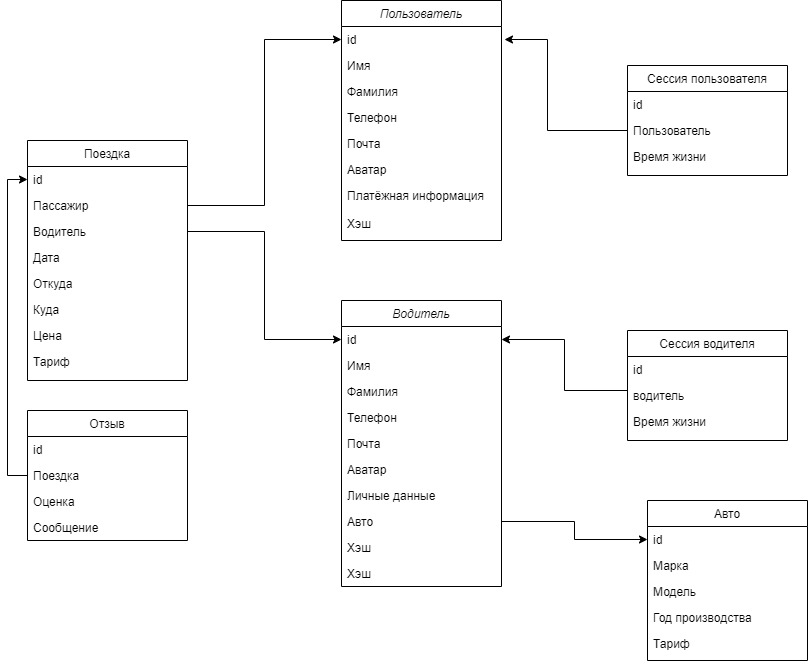
Above: imgs/img.png in Arkadiyche/highload (draw.io), before the change. Source tidied: cells renumbered, new cells last; positions are measured from the earlier drawing's top-left corner, leaving out a move shared by most shapes. The source it was exported from:
```xml
<mxGraphModel>
  <root>
    <mxCell id="0" />
    <mxCell id="1" parent="0" />
    <mxCell id="2" value="Пользователь" style="swimlane;fontStyle=2;align=center;verticalAlign=top;horizontal=1;startSize=26;rounded=0;shadow=0;strokeWidth=1;" parent="1" vertex="1">
      <mxGeometry x="314" width="160" height="240" as="geometry" />
    </mxCell>
    <mxCell id="3" value="id" style="text;align=left;verticalAlign=top;spacingLeft=4;spacingRight=4;overflow=hidden;points=[[0,0.5],[1,0.5]];portConstraint=eastwest;" parent="2" vertex="1">
      <mxGeometry y="26" width="160" height="26" as="geometry" />
    </mxCell>
    <mxCell id="4" value="Имя" style="text;align=left;verticalAlign=top;spacingLeft=4;spacingRight=4;overflow=hidden;rounded=0;shadow=0;html=0;" parent="2" vertex="1">
      <mxGeometry y="52" width="160" height="26" as="geometry" />
    </mxCell>
    <mxCell id="5" value="Фамилия" style="text;align=left;verticalAlign=top;spacingLeft=4;spacingRight=4;overflow=hidden;rounded=0;shadow=0;html=0;" parent="2" vertex="1">
      <mxGeometry y="78" width="160" height="26" as="geometry" />
    </mxCell>
    <mxCell id="6" value="Телефон&#10;" style="text;align=left;verticalAlign=top;spacingLeft=4;spacingRight=4;overflow=hidden;rounded=0;shadow=0;html=0;" parent="2" vertex="1">
      <mxGeometry y="104" width="160" height="26" as="geometry" />
    </mxCell>
    <mxCell id="7" value="Почта" style="text;align=left;verticalAlign=top;spacingLeft=4;spacingRight=4;overflow=hidden;rounded=0;shadow=0;html=0;" parent="2" vertex="1">
      <mxGeometry y="130" width="160" height="26" as="geometry" />
    </mxCell>
    <mxCell id="8" value="Аватар" style="text;align=left;verticalAlign=top;spacingLeft=4;spacingRight=4;overflow=hidden;rounded=0;shadow=0;html=0;" parent="2" vertex="1">
      <mxGeometry y="156" width="160" height="26" as="geometry" />
    </mxCell>
    <mxCell id="9" value="Платёжная информация" style="text;align=left;verticalAlign=top;spacingLeft=4;spacingRight=4;overflow=hidden;rounded=0;shadow=0;html=0;" parent="2" vertex="1">
      <mxGeometry y="182" width="160" height="28" as="geometry" />
    </mxCell>
    <mxCell id="10" value="Хэш" style="text;align=left;verticalAlign=top;spacingLeft=4;spacingRight=4;overflow=hidden;rounded=0;shadow=0;html=0;" parent="2" vertex="1">
      <mxGeometry y="210" width="160" height="30" as="geometry" />
    </mxCell>
    <mxCell id="11" value="Поездка" style="swimlane;fontStyle=0;align=center;verticalAlign=top;horizontal=1;startSize=26;rounded=0;shadow=0;strokeWidth=1;" parent="1" vertex="1">
      <mxGeometry y="140" width="160" height="240" as="geometry" />
    </mxCell>
    <mxCell id="12" value="id" style="text;align=left;verticalAlign=top;spacingLeft=4;spacingRight=4;overflow=hidden;points=[[0,0.5],[1,0.5]];portConstraint=eastwest;" parent="11" vertex="1">
      <mxGeometry y="26" width="160" height="26" as="geometry" />
    </mxCell>
    <mxCell id="13" value="Пассажир" style="text;align=left;verticalAlign=top;spacingLeft=4;spacingRight=4;overflow=hidden;points=[[0,0.5],[1,0.5]];portConstraint=eastwest;" parent="11" vertex="1">
      <mxGeometry y="52" width="160" height="26" as="geometry" />
    </mxCell>
    <mxCell id="14" value="Водитель" style="text;align=left;verticalAlign=top;spacingLeft=4;spacingRight=4;overflow=hidden;points=[[0,0.5],[1,0.5]];portConstraint=eastwest;" parent="11" vertex="1">
      <mxGeometry y="78" width="160" height="26" as="geometry" />
    </mxCell>
    <mxCell id="15" value="Дата" style="text;align=left;verticalAlign=top;spacingLeft=4;spacingRight=4;overflow=hidden;" parent="11" vertex="1">
      <mxGeometry y="104" width="160" height="26" as="geometry" />
    </mxCell>
    <mxCell id="16" value="Откуда" style="text;align=left;verticalAlign=top;spacingLeft=4;spacingRight=4;overflow=hidden;" parent="11" vertex="1">
      <mxGeometry y="130" width="160" height="26" as="geometry" />
    </mxCell>
    <mxCell id="17" value="Куда" style="text;align=left;verticalAlign=top;spacingLeft=4;spacingRight=4;overflow=hidden;" parent="11" vertex="1">
      <mxGeometry y="156" width="160" height="26" as="geometry" />
    </mxCell>
    <mxCell id="18" value="Цена" style="text;align=left;verticalAlign=top;spacingLeft=4;spacingRight=4;overflow=hidden;" parent="11" vertex="1">
      <mxGeometry y="182" width="160" height="26" as="geometry" />
    </mxCell>
    <mxCell id="19" value="Тариф" style="text;align=left;verticalAlign=top;spacingLeft=4;spacingRight=4;overflow=hidden;" parent="11" vertex="1">
      <mxGeometry y="208" width="160" height="26" as="geometry" />
    </mxCell>
    <mxCell id="20" value="Авто" style="swimlane;fontStyle=0;align=center;verticalAlign=top;horizontal=1;startSize=26;rounded=0;shadow=0;strokeWidth=1;" parent="1" vertex="1">
      <mxGeometry x="620" y="500" width="160" height="160" as="geometry" />
    </mxCell>
    <mxCell id="21" value="id" style="text;align=left;verticalAlign=top;spacingLeft=4;spacingRight=4;overflow=hidden;points=[[0,0.5],[1,0.5]];portConstraint=eastwest;rounded=0;shadow=0;html=0;" parent="20" vertex="1">
      <mxGeometry y="26" width="160" height="26" as="geometry" />
    </mxCell>
    <mxCell id="22" value="Марка" style="text;align=left;verticalAlign=top;spacingLeft=4;spacingRight=4;overflow=hidden;rounded=0;shadow=0;html=0;" parent="20" vertex="1">
      <mxGeometry y="52" width="160" height="26" as="geometry" />
    </mxCell>
    <mxCell id="23" value="Модель" style="text;align=left;verticalAlign=top;spacingLeft=4;spacingRight=4;overflow=hidden;rounded=0;shadow=0;html=0;" parent="20" vertex="1">
      <mxGeometry y="78" width="160" height="26" as="geometry" />
    </mxCell>
    <mxCell id="24" value="Год производства" style="text;align=left;verticalAlign=top;spacingLeft=4;spacingRight=4;overflow=hidden;rounded=0;shadow=0;html=0;" parent="20" vertex="1">
      <mxGeometry y="104" width="160" height="26" as="geometry" />
    </mxCell>
    <mxCell id="25" value="Тариф" style="text;align=left;verticalAlign=top;spacingLeft=4;spacingRight=4;overflow=hidden;rounded=0;shadow=0;html=0;" parent="20" vertex="1">
      <mxGeometry y="130" width="160" height="26" as="geometry" />
    </mxCell>
    <mxCell id="26" value="Сессия пользователя" style="swimlane;fontStyle=0;align=center;verticalAlign=top;horizontal=1;startSize=26;rounded=0;shadow=0;strokeWidth=1;" parent="1" vertex="1">
      <mxGeometry x="600" y="65" width="160" height="110" as="geometry" />
    </mxCell>
    <mxCell id="27" value="id" style="text;align=left;verticalAlign=top;spacingLeft=4;spacingRight=4;overflow=hidden;" parent="26" vertex="1">
      <mxGeometry y="26" width="160" height="26" as="geometry" />
    </mxCell>
    <mxCell id="28" value="Пользователь" style="text;align=left;verticalAlign=top;spacingLeft=4;spacingRight=4;overflow=hidden;points=[[0,0.5],[1,0.5]];portConstraint=eastwest;rounded=0;shadow=0;html=0;" parent="26" vertex="1">
      <mxGeometry y="52" width="160" height="26" as="geometry" />
    </mxCell>
    <mxCell id="29" value="Время жизни" style="text;align=left;verticalAlign=top;spacingLeft=4;spacingRight=4;overflow=hidden;rounded=0;shadow=0;html=0;" parent="26" vertex="1">
      <mxGeometry y="78" width="160" height="26" as="geometry" />
    </mxCell>
    <mxCell id="30" value="Водитель" style="swimlane;fontStyle=2;align=center;verticalAlign=top;horizontal=1;startSize=26;rounded=0;shadow=0;strokeWidth=1;" parent="1" vertex="1">
      <mxGeometry x="314" y="300" width="160" height="286" as="geometry" />
    </mxCell>
    <mxCell id="31" value="id" style="text;align=left;verticalAlign=top;spacingLeft=4;spacingRight=4;overflow=hidden;points=[[0,0.5],[1,0.5]];portConstraint=eastwest;" parent="30" vertex="1">
      <mxGeometry y="26" width="160" height="26" as="geometry" />
    </mxCell>
    <mxCell id="32" value="Имя" style="text;align=left;verticalAlign=top;spacingLeft=4;spacingRight=4;overflow=hidden;rounded=0;shadow=0;html=0;" parent="30" vertex="1">
      <mxGeometry y="52" width="160" height="26" as="geometry" />
    </mxCell>
    <mxCell id="33" value="Фамилия" style="text;align=left;verticalAlign=top;spacingLeft=4;spacingRight=4;overflow=hidden;rounded=0;shadow=0;html=0;" parent="30" vertex="1">
      <mxGeometry y="78" width="160" height="26" as="geometry" />
    </mxCell>
    <mxCell id="34" value="Телефон&#10;" style="text;align=left;verticalAlign=top;spacingLeft=4;spacingRight=4;overflow=hidden;rounded=0;shadow=0;html=0;" parent="30" vertex="1">
      <mxGeometry y="104" width="160" height="26" as="geometry" />
    </mxCell>
    <mxCell id="35" value="Почта" style="text;align=left;verticalAlign=top;spacingLeft=4;spacingRight=4;overflow=hidden;rounded=0;shadow=0;html=0;" parent="30" vertex="1">
      <mxGeometry y="130" width="160" height="26" as="geometry" />
    </mxCell>
    <mxCell id="36" value="Аватар" style="text;align=left;verticalAlign=top;spacingLeft=4;spacingRight=4;overflow=hidden;rounded=0;shadow=0;html=0;" parent="30" vertex="1">
      <mxGeometry y="156" width="160" height="26" as="geometry" />
    </mxCell>
    <mxCell id="37" value="Личные данные" style="text;align=left;verticalAlign=top;spacingLeft=4;spacingRight=4;overflow=hidden;rounded=0;shadow=0;html=0;" parent="30" vertex="1">
      <mxGeometry y="182" width="160" height="26" as="geometry" />
    </mxCell>
    <mxCell id="38" value="Авто" style="text;align=left;verticalAlign=top;spacingLeft=4;spacingRight=4;overflow=hidden;points=[[0,0.5],[1,0.5]];portConstraint=eastwest;rounded=0;shadow=0;html=0;" parent="30" vertex="1">
      <mxGeometry y="208" width="160" height="26" as="geometry" />
    </mxCell>
    <mxCell id="39" value="Хэш" style="text;align=left;verticalAlign=top;spacingLeft=4;spacingRight=4;overflow=hidden;rounded=0;shadow=0;html=0;" parent="30" vertex="1">
      <mxGeometry y="234" width="160" height="26" as="geometry" />
    </mxCell>
    <mxCell id="40" value="Хэш" style="text;align=left;verticalAlign=top;spacingLeft=4;spacingRight=4;overflow=hidden;rounded=0;shadow=0;html=0;" parent="30" vertex="1">
      <mxGeometry y="260" width="160" height="26" as="geometry" />
    </mxCell>
    <mxCell id="41" value="Сессия водителя" style="swimlane;fontStyle=0;align=center;verticalAlign=top;horizontal=1;startSize=26;rounded=0;shadow=0;strokeWidth=1;" parent="1" vertex="1">
      <mxGeometry x="600" y="330" width="160" height="110" as="geometry" />
    </mxCell>
    <mxCell id="42" value="id" style="text;align=left;verticalAlign=top;spacingLeft=4;spacingRight=4;overflow=hidden;points=[[0,0.5],[1,0.5]];portConstraint=eastwest;" parent="41" vertex="1">
      <mxGeometry y="26" width="160" height="26" as="geometry" />
    </mxCell>
    <mxCell id="43" value="водитель" style="text;align=left;verticalAlign=top;spacingLeft=4;spacingRight=4;overflow=hidden;rounded=0;shadow=0;html=0;" parent="41" vertex="1">
      <mxGeometry y="52" width="160" height="26" as="geometry" />
    </mxCell>
    <mxCell id="44" value="Время жизни" style="text;align=left;verticalAlign=top;spacingLeft=4;spacingRight=4;overflow=hidden;rounded=0;shadow=0;html=0;" parent="41" vertex="1">
      <mxGeometry y="78" width="160" height="26" as="geometry" />
    </mxCell>
    <mxCell id="45" value="Отзыв" style="swimlane;fontStyle=0;align=center;verticalAlign=top;horizontal=1;startSize=26;rounded=0;shadow=0;strokeWidth=1;" parent="1" vertex="1">
      <mxGeometry y="410" width="160" height="130" as="geometry" />
    </mxCell>
    <mxCell id="46" value="id" style="text;align=left;verticalAlign=top;spacingLeft=4;spacingRight=4;overflow=hidden;" parent="45" vertex="1">
      <mxGeometry y="26" width="160" height="26" as="geometry" />
    </mxCell>
    <mxCell id="47" value="Поездка" style="text;align=left;verticalAlign=top;spacingLeft=4;spacingRight=4;overflow=hidden;points=[[0,0.5],[1,0.5]];portConstraint=eastwest;" parent="45" vertex="1">
      <mxGeometry y="52" width="160" height="26" as="geometry" />
    </mxCell>
    <mxCell id="48" value="Оценка" style="text;align=left;verticalAlign=top;spacingLeft=4;spacingRight=4;overflow=hidden;" parent="45" vertex="1">
      <mxGeometry y="78" width="160" height="26" as="geometry" />
    </mxCell>
    <mxCell id="49" value="Сообщение" style="text;align=left;verticalAlign=top;spacingLeft=4;spacingRight=4;overflow=hidden;" parent="45" vertex="1">
      <mxGeometry y="104" width="160" height="26" as="geometry" />
    </mxCell>
    <mxCell id="50" style="edgeStyle=orthogonalEdgeStyle;rounded=0;jettySize=auto;html=1;" parent="1" edge="1" source="28">
      <mxGeometry relative="1" as="geometry">
        <mxPoint x="477" y="39" as="targetPoint" />
        <Array as="points">
          <mxPoint x="520" y="130" />
          <mxPoint x="520" y="39" />
        </Array>
      </mxGeometry>
    </mxCell>
    <mxCell id="51" style="edgeStyle=orthogonalEdgeStyle;rounded=0;jettySize=auto;html=1;exitX=0;exitY=0.5;exitDx=0;exitDy=0;entryX=1;entryY=0.5;entryDx=0;entryDy=0;" parent="1" edge="1" source="42" target="31">
      <mxGeometry relative="1" as="geometry">
        <Array as="points">
          <mxPoint x="600" y="390" />
          <mxPoint x="537" y="390" />
          <mxPoint x="537" y="339" />
        </Array>
      </mxGeometry>
    </mxCell>
    <mxCell id="52" style="edgeStyle=orthogonalEdgeStyle;rounded=0;jettySize=auto;html=1;exitX=1;exitY=0.5;exitDx=0;exitDy=0;entryX=0;entryY=0.5;entryDx=0;entryDy=0;" parent="1" edge="1" source="13" target="3">
      <mxGeometry relative="1" as="geometry" />
    </mxCell>
    <mxCell id="53" style="edgeStyle=orthogonalEdgeStyle;rounded=0;jettySize=auto;html=1;exitX=1;exitY=0.5;exitDx=0;exitDy=0;entryX=0;entryY=0.5;entryDx=0;entryDy=0;" parent="1" edge="1" source="14" target="31">
      <mxGeometry relative="1" as="geometry" />
    </mxCell>
    <mxCell id="54" style="edgeStyle=orthogonalEdgeStyle;rounded=0;jettySize=auto;html=1;entryX=0;entryY=0.5;entryDx=0;entryDy=0;" parent="1" edge="1" source="47" target="12">
      <mxGeometry relative="1" as="geometry" />
    </mxCell>
    <mxCell id="55" style="edgeStyle=orthogonalEdgeStyle;rounded=0;jettySize=auto;html=1;exitX=1;exitY=0.5;exitDx=0;exitDy=0;" parent="1" edge="1" source="38" target="21">
      <mxGeometry relative="1" as="geometry" />
    </mxCell>
  </root>
</mxGraphModel>
```
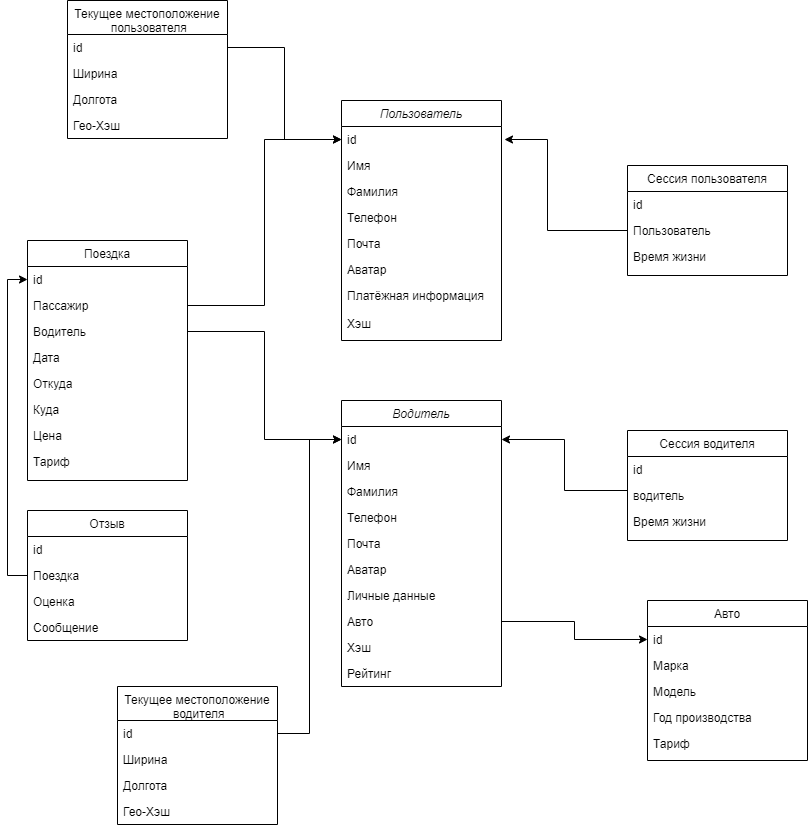
Later version of the same file.

What changed in the source:
```diff
@@ -116,7 +116,7 @@
     <mxCell id="39" value="Хэш" style="text;align=left;verticalAlign=top;spacingLeft=4;spacingRight=4;overflow=hidden;rounded=0;shadow=0;html=0;" parent="30" vertex="1">
       <mxGeometry y="234" width="160" height="26" as="geometry" />
     </mxCell>
-    <mxCell id="40" value="Хэш" style="text;align=left;verticalAlign=top;spacingLeft=4;spacingRight=4;overflow=hidden;rounded=0;shadow=0;html=0;" parent="30" vertex="1">
+    <mxCell id="40" value="Рейтинг&#10;" style="text;align=left;verticalAlign=top;spacingLeft=4;spacingRight=4;overflow=hidden;rounded=0;shadow=0;html=0;" parent="30" vertex="1">
       <mxGeometry y="260" width="160" height="26" as="geometry" />
     </mxCell>
     <mxCell id="41" value="Сессия водителя" style="swimlane;fontStyle=0;align=center;verticalAlign=top;horizontal=1;startSize=26;rounded=0;shadow=0;strokeWidth=1;" parent="1" vertex="1">
@@ -176,5 +176,41 @@
     <mxCell id="55" style="edgeStyle=orthogonalEdgeStyle;rounded=0;jettySize=auto;html=1;exitX=1;exitY=0.5;exitDx=0;exitDy=0;" parent="1" edge="1" source="38" target="21">
       <mxGeometry relative="1" as="geometry" />
     </mxCell>
+    <mxCell id="56" value="Текущее местоположение&#10; водителя" style="swimlane;fontStyle=0;align=center;verticalAlign=top;horizontal=1;startSize=34;rounded=0;shadow=0;strokeWidth=1;" parent="1" vertex="1">
+      <mxGeometry x="90" y="586" width="160" height="138" as="geometry" />
+    </mxCell>
+    <mxCell id="57" value="id" style="text;align=left;verticalAlign=top;spacingLeft=4;spacingRight=4;overflow=hidden;points=[[0,0.5],[1,0.5]];portConstraint=eastwest;" parent="56" vertex="1">
+      <mxGeometry y="34" width="160" height="26" as="geometry" />
+    </mxCell>
+    <mxCell id="58" value="Ширина" style="text;align=left;verticalAlign=top;spacingLeft=4;spacingRight=4;overflow=hidden;" parent="56" vertex="1">
+      <mxGeometry y="60" width="160" height="26" as="geometry" />
+    </mxCell>
+    <mxCell id="59" value="Долгота" style="text;align=left;verticalAlign=top;spacingLeft=4;spacingRight=4;overflow=hidden;" parent="56" vertex="1">
+      <mxGeometry y="86" width="160" height="26" as="geometry" />
+    </mxCell>
+    <mxCell id="60" value="Гео-Хэш" style="text;align=left;verticalAlign=top;spacingLeft=4;spacingRight=4;overflow=hidden;" parent="56" vertex="1">
+      <mxGeometry y="112" width="160" height="26" as="geometry" />
+    </mxCell>
+    <mxCell id="61" style="edgeStyle=orthogonalEdgeStyle;rounded=0;jettySize=auto;html=1;entryX=0;entryY=0.5;entryDx=0;entryDy=0;" parent="1" edge="1" source="57" target="31">
+      <mxGeometry relative="1" as="geometry" />
+    </mxCell>
+    <mxCell id="62" value="Текущее местоположение&#10; пользователя" style="swimlane;fontStyle=0;align=center;verticalAlign=top;horizontal=1;startSize=34;rounded=0;shadow=0;strokeWidth=1;" parent="1" vertex="1">
+      <mxGeometry x="40" y="-100" width="160" height="138" as="geometry" />
+    </mxCell>
+    <mxCell id="63" value="id" style="text;align=left;verticalAlign=top;spacingLeft=4;spacingRight=4;overflow=hidden;points=[[0,0.5],[1,0.5]];portConstraint=eastwest;" parent="62" vertex="1">
+      <mxGeometry y="34" width="160" height="26" as="geometry" />
+    </mxCell>
+    <mxCell id="64" value="Ширина" style="text;align=left;verticalAlign=top;spacingLeft=4;spacingRight=4;overflow=hidden;" parent="62" vertex="1">
+      <mxGeometry y="60" width="160" height="26" as="geometry" />
+    </mxCell>
+    <mxCell id="65" value="Долгота" style="text;align=left;verticalAlign=top;spacingLeft=4;spacingRight=4;overflow=hidden;" parent="62" vertex="1">
+      <mxGeometry y="86" width="160" height="26" as="geometry" />
+    </mxCell>
+    <mxCell id="66" value="Гео-Хэш" style="text;align=left;verticalAlign=top;spacingLeft=4;spacingRight=4;overflow=hidden;" parent="62" vertex="1">
+      <mxGeometry y="112" width="160" height="26" as="geometry" />
+    </mxCell>
+    <mxCell id="67" style="edgeStyle=orthogonalEdgeStyle;rounded=0;jettySize=auto;html=1;exitX=1;exitY=0.5;exitDx=0;exitDy=0;entryX=0;entryY=0.5;entryDx=0;entryDy=0;" parent="1" edge="1" source="63" target="3">
+      <mxGeometry relative="1" as="geometry" />
+    </mxCell>
   </root>
 </mxGraphModel>
```
